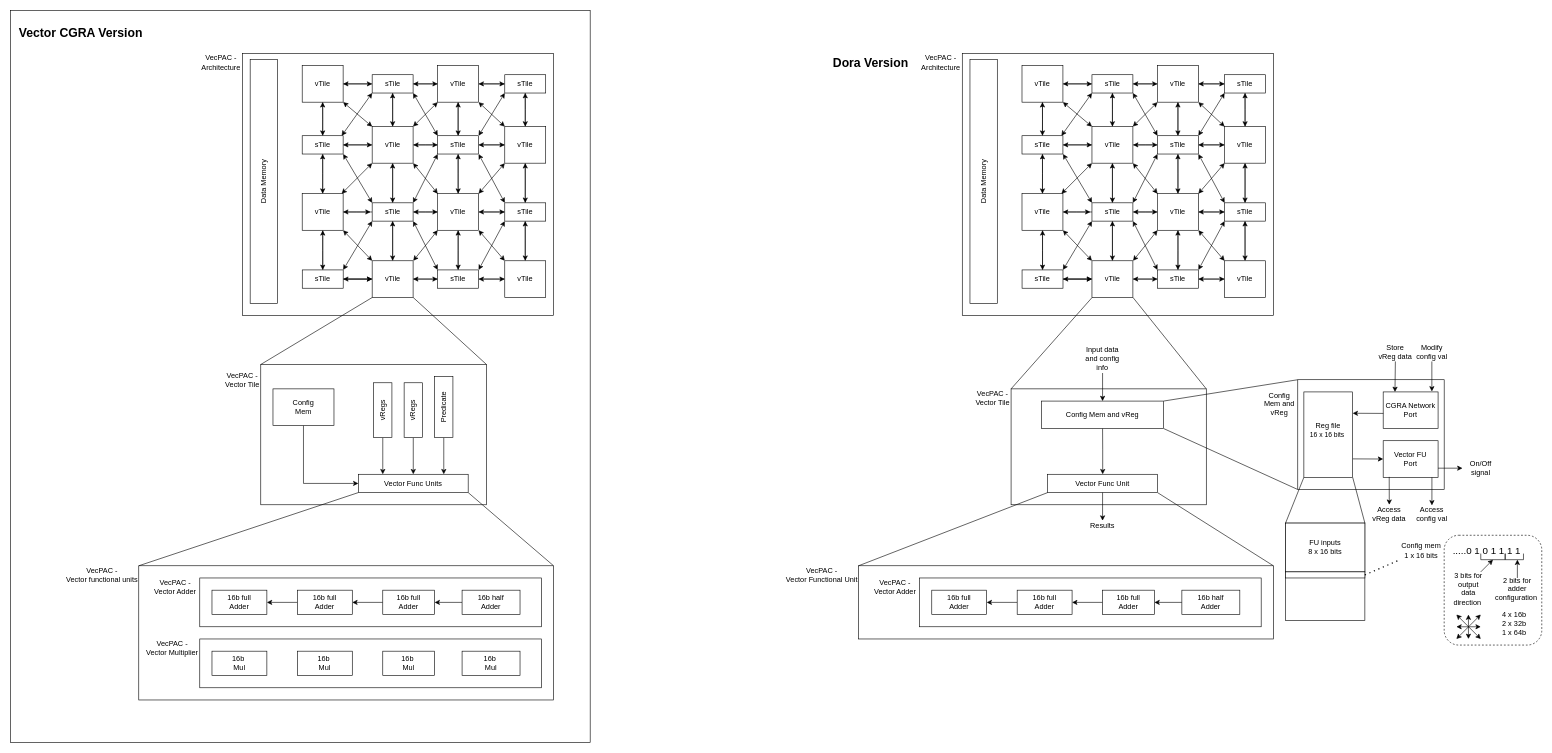
Earlier version of the draw.io diagram draw/vecpac_arch.drawio (jovankoledin/cgra_tile_hdl). Source tidied: cells renumbered, new cells numbered last; positions are measured from the earlier drawing's top-left corner, leaving out a move shared by most shapes. Both pictures are drawn from the tidied source at 61%, with x=0, y=0 at pixel (10, 10).
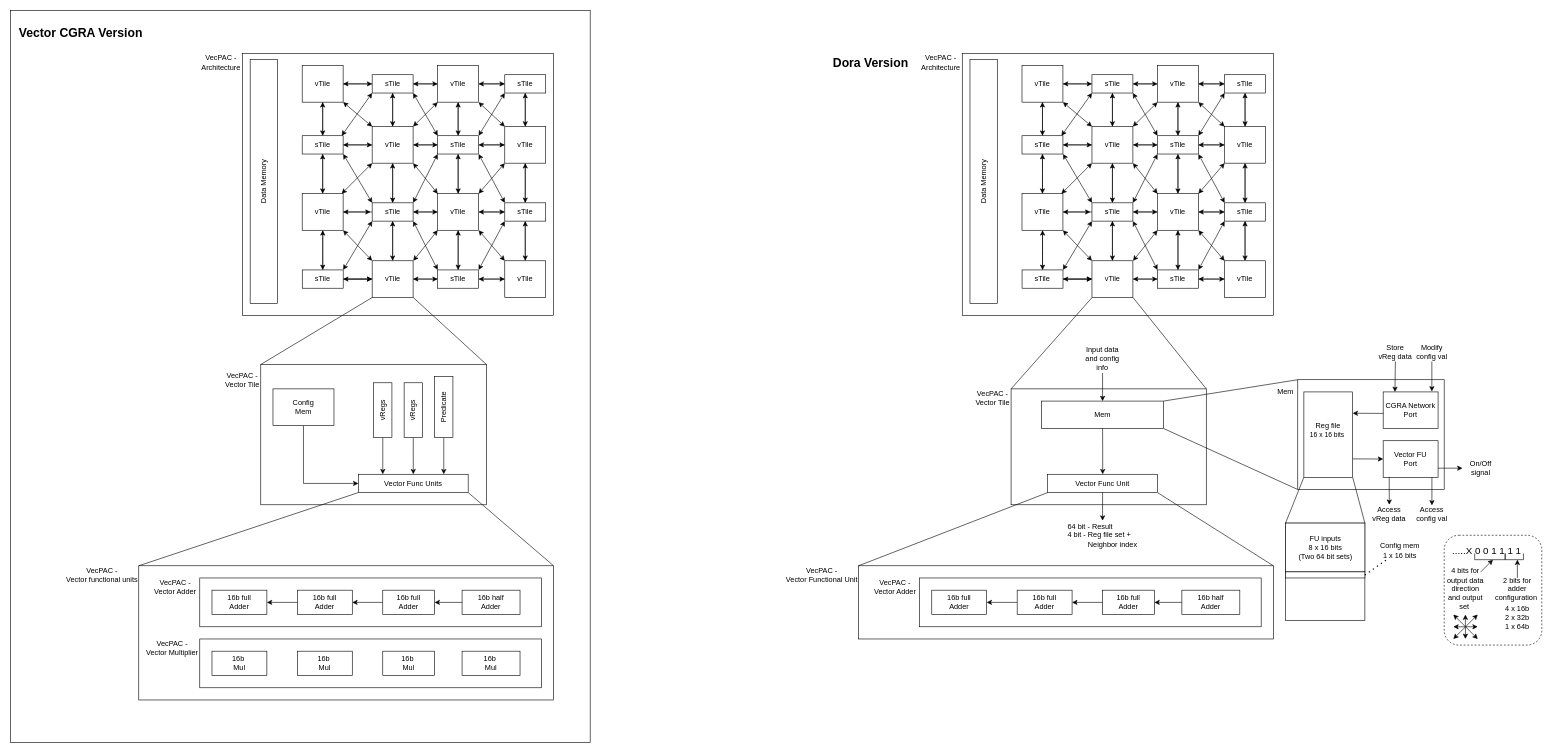
The same page after the edit.

Diff of the diagram source:
```diff
@@
-    <mxCell id="93" value="Config Mem and vReg" style="rounded=0;whiteSpace=wrap;html=1;" parent="1" vertex="1">
+    <mxCell id="93" value="Mem" style="rounded=0;whiteSpace=wrap;html=1;" parent="1" vertex="1">
       <mxGeometry x="1690" y="640" width="200" height="45" as="geometry" />
     </mxCell>
@@
-    <mxCell id="230" value="Config Mem and vReg" style="text;html=1;align=center;verticalAlign=middle;whiteSpace=wrap;rounded=0;" parent="1" vertex="1">
-      <mxGeometry x="2050" y="620" width="60" height="50" as="geometry" />
+    <mxCell id="230" value="Mem" style="text;html=1;align=center;verticalAlign=middle;whiteSpace=wrap;rounded=0;" parent="1" vertex="1">
+      <mxGeometry x="2070" y="610" width="40" height="30" as="geometry" />
     </mxCell>
@@
-    <mxCell id="245" value="FU inputs&lt;div&gt;8 x 16 bits&lt;/div&gt;" style="text;html=1;align=center;verticalAlign=middle;whiteSpace=wrap;rounded=0;" parent="1" vertex="1">
-      <mxGeometry x="2125" y="865" width="60" height="30" as="geometry" />
+    <mxCell id="245" value="FU inputs&lt;div&gt;8 x 16 bits&lt;/div&gt;&lt;div&gt;(Two 64 bit sets)&lt;/div&gt;" style="text;html=1;align=center;verticalAlign=middle;whiteSpace=wrap;rounded=0;" parent="1" vertex="1">
+      <mxGeometry x="2107.5" y="865" width="95" height="30" as="geometry" />
     </mxCell>
     <mxCell id="246" value="Config mem&lt;div&gt;1 x 16 bits&lt;/div&gt;" style="text;html=1;align=center;verticalAlign=middle;whiteSpace=wrap;rounded=0;" parent="1" vertex="1">
-      <mxGeometry x="2275" y="870" width="75" height="30" as="geometry" />
+      <mxGeometry x="2240" y="870" width="75" height="30" as="geometry" />
     </mxCell>
@@
-    <mxCell id="255" value="Results" style="text;html=1;align=center;verticalAlign=middle;whiteSpace=wrap;rounded=0;" parent="1" vertex="1">
-      <mxGeometry x="1760" y="825" width="60" height="40" as="geometry" />
+    <mxCell id="255" value="&lt;div style=&quot;text-align: left;&quot;&gt;&lt;span style=&quot;background-color: transparent; color: light-dark(rgb(0, 0, 0), rgb(255, 255, 255));&quot;&gt;64 bit - Result&amp;nbsp;&lt;br&gt;&lt;/span&gt;&lt;span style=&quot;background-color: transparent; color: light-dark(rgb(0, 0, 0), rgb(255, 255, 255)); text-align: center;&quot;&gt;4 bit - Reg file set + &lt;br&gt;&lt;span style=&quot;white-space: pre;&quot;&gt;&#9;&lt;/span&gt;&amp;nbsp; Neighbor index&lt;/span&gt;&lt;/div&gt;" style="text;html=1;align=center;verticalAlign=middle;whiteSpace=wrap;rounded=0;" parent="1" vertex="1">
+      <mxGeometry x="1700" y="840" width="180" height="40" as="geometry" />
     </mxCell>
@@
-    <mxCell id="261" value="&lt;font style=&quot;font-size: 16px;&quot;&gt;.....0 1 0 1 1 1 1&lt;/font&gt;" style="text;html=1;align=center;verticalAlign=middle;whiteSpace=wrap;rounded=0;" parent="1" vertex="1">
+    <mxCell id="261" value="&lt;font style=&quot;font-size: 16px;&quot;&gt;.....X 0 0 1 1 1 1&lt;/font&gt;" style="text;html=1;align=center;verticalAlign=middle;whiteSpace=wrap;rounded=0;" parent="1" vertex="1">
       <mxGeometry x="2360" y="870" width="120" height="30" as="geometry" />
     </mxCell>
@@
-    <mxCell id="263" value="3 bits for output data direction&lt;span style=&quot;background-color: transparent;&quot;&gt;&amp;nbsp;&lt;/span&gt;&lt;div&gt;&lt;span style=&quot;background-color: transparent; color: light-dark(rgb(0, 0, 0), rgb(255, 255, 255));&quot;&gt;&lt;br&gt;&lt;/span&gt;&lt;/div&gt;" style="text;html=1;align=center;verticalAlign=middle;whiteSpace=wrap;rounded=0;" parent="1" vertex="1">
-      <mxGeometry x="2360" y="940" width="60" height="30" as="geometry" />
+    <mxCell id="263" value="4 bits for output data direction and output set&lt;span style=&quot;background-color: transparent;&quot;&gt;&amp;nbsp;&lt;/span&gt;&lt;div&gt;&lt;span style=&quot;background-color: transparent; color: light-dark(rgb(0, 0, 0), rgb(255, 255, 255));&quot;&gt;&lt;br&gt;&lt;/span&gt;&lt;/div&gt;" style="text;html=1;align=center;verticalAlign=middle;whiteSpace=wrap;rounded=0;" parent="1" vertex="1">
+      <mxGeometry x="2350" y="940" width="70" height="30" as="geometry" />
     </mxCell>
@@
     <mxCell id="268" style="group;" parent="1" vertex="1">
-      <mxGeometry x="2410" y="890" width="40" height="10" as="geometry" />
+      <mxGeometry x="2400" y="890" width="50" height="10" as="geometry" />
     </mxCell>
@@
     <mxCell id="270" style="endArrow=none;html=1;rounded=0;" parent="268" edge="1">
       <mxGeometry relative="1" as="geometry">
-        <mxPoint x="40" y="10" as="sourcePoint" />
+        <mxPoint x="50" y="10" as="sourcePoint" />
         <mxPoint y="10" as="targetPoint" />
       </mxGeometry>
     </mxCell>
     <mxCell id="271" style="endArrow=none;html=1;rounded=0;" parent="268" edge="1">
       <mxGeometry relative="1" as="geometry">
-        <mxPoint x="40" y="10" as="sourcePoint" />
-        <mxPoint x="40" as="targetPoint" />
+        <mxPoint x="50" y="10" as="sourcePoint" />
+        <mxPoint x="50" as="targetPoint" />
       </mxGeometry>
     </mxCell>
@@
     <mxCell id="274" style="group;" parent="1" vertex="1">
-      <mxGeometry x="2370" y="990" width="40" height="40" as="geometry" />
+      <mxGeometry x="2365" y="990" width="40" height="40" as="geometry" />
     </mxCell>
@@
     <mxCell id="283" value="4 x 16b&lt;div&gt;2 x 32b&lt;/div&gt;&lt;div&gt;1 x 64b&lt;/div&gt;" style="text;html=1;align=center;verticalAlign=middle;whiteSpace=wrap;rounded=0;" parent="1" vertex="1">
-      <mxGeometry x="2435" y="990" width="60" height="30" as="geometry" />
+      <mxGeometry x="2440" y="980" width="60" height="30" as="geometry" />
     </mxCell>
```
